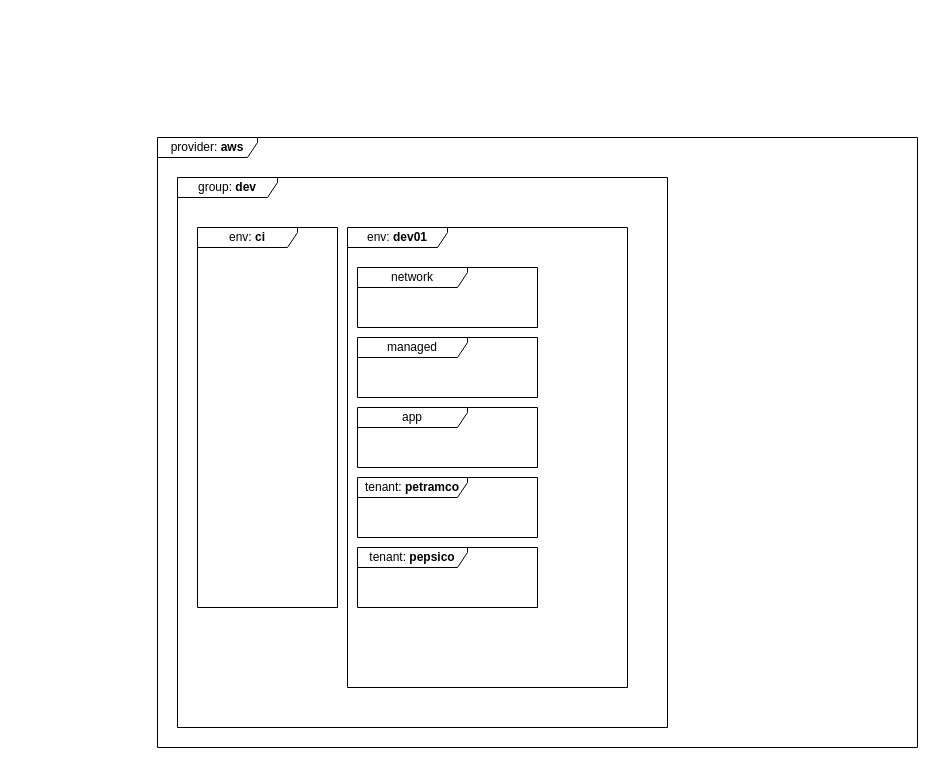
The draw.io diagram layers.drawio in project-talan/tln-clouds, before the edit. Source tidied: cells renumbered, new cells numbered last; positions are measured from the earlier drawing's top-left corner, leaving out a move shared by most shapes. Both pictures are drawn from the tidied source at 100%, with x=0, y=0 at pixel (157, 137).
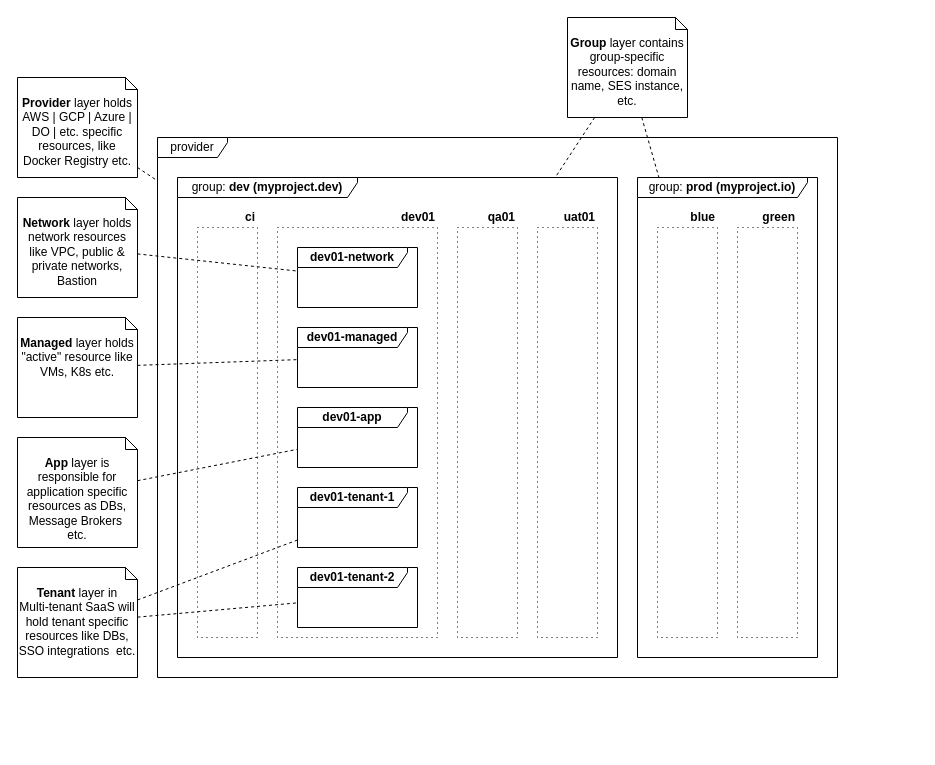
After the change.

Commit message (it also covers changes not shown here):
feat(docs): layers diagram

What changed in the source:
```diff
@@
+    <mxCell id="11" style="rounded=0;whiteSpace=wrap;html=1;fillColor=none;dashed=1;dashPattern=1 4;" parent="1" vertex="1">
+      <mxGeometry x="120" y="90" width="160" height="410" as="geometry" />
+    </mxCell>
+    <mxCell id="12" style="rounded=0;whiteSpace=wrap;html=1;fillColor=none;dashed=1;dashPattern=1 4;" parent="1" vertex="1">
+      <mxGeometry x="40" y="90" width="60" height="410" as="geometry" />
+    </mxCell>
-    <mxCell id="2" value="provider: &lt;b&gt;aws&lt;/b&gt;" style="shape=umlFrame;whiteSpace=wrap;html=1;width=100;height=20;" parent="1" vertex="1">
-      <mxGeometry width="760" height="610" as="geometry" />
+    <mxCell id="2" value="provider" style="shape=umlFrame;whiteSpace=wrap;html=1;width=70;height=20;align=center;" parent="1" vertex="1">
+      <mxGeometry width="680" height="540" as="geometry" />
     </mxCell>
-    <mxCell id="3" value="group: &lt;b&gt;dev&lt;/b&gt;" style="shape=umlFrame;whiteSpace=wrap;html=1;width=100;height=20;" parent="1" vertex="1">
-      <mxGeometry x="20" y="40" width="490" height="550" as="geometry" />
+    <mxCell id="3" value="group: &lt;b&gt;dev (myproject.dev)&lt;/b&gt;" style="shape=umlFrame;whiteSpace=wrap;html=1;width=180;height=20;" parent="1" vertex="1">
+      <mxGeometry x="20" y="40" width="440" height="480" as="geometry" />
     </mxCell>
-    <mxCell id="4" value="env: &lt;b&gt;ci&lt;/b&gt;" style="shape=umlFrame;whiteSpace=wrap;html=1;width=100;height=20;" parent="1" vertex="1">
-      <mxGeometry x="40" y="90" width="140" height="380" as="geometry" />
-    </mxCell>
-    <mxCell id="5" value="env: &lt;b&gt;dev01&lt;/b&gt;" style="shape=umlFrame;whiteSpace=wrap;html=1;width=100;height=20;" parent="1" vertex="1">
-      <mxGeometry x="190" y="90" width="280" height="460" as="geometry" />
-    </mxCell>
-    <mxCell id="6" value="network" style="shape=umlFrame;whiteSpace=wrap;html=1;width=110;height=20;" parent="1" vertex="1">
-      <mxGeometry x="200" y="130" width="180" height="60" as="geometry" />
+    <mxCell id="6" value="&lt;b&gt;dev01-network&lt;/b&gt;" style="shape=umlFrame;whiteSpace=wrap;html=1;width=110;height=20;" parent="1" vertex="1">
+      <mxGeometry x="140" y="110" width="120" height="60" as="geometry" />
     </mxCell>
-    <mxCell id="7" value="managed" style="shape=umlFrame;whiteSpace=wrap;html=1;width=110;height=20;" parent="1" vertex="1">
-      <mxGeometry x="200" y="200" width="180" height="60" as="geometry" />
+    <mxCell id="7" value="&lt;b&gt;dev01-managed&lt;/b&gt;" style="shape=umlFrame;whiteSpace=wrap;html=1;width=110;height=20;" parent="1" vertex="1">
+      <mxGeometry x="140" y="190" width="120" height="60" as="geometry" />
     </mxCell>
-    <mxCell id="8" value="app" style="shape=umlFrame;whiteSpace=wrap;html=1;width=110;height=20;" parent="1" vertex="1">
-      <mxGeometry x="200" y="270" width="180" height="60" as="geometry" />
+    <mxCell id="8" value="&lt;b&gt;dev01-app&lt;/b&gt;" style="shape=umlFrame;whiteSpace=wrap;html=1;width=110;height=20;" parent="1" vertex="1">
+      <mxGeometry x="140" y="270" width="120" height="60" as="geometry" />
     </mxCell>
-    <mxCell id="9" value="tenant: &lt;b&gt;petramco&lt;/b&gt;" style="shape=umlFrame;whiteSpace=wrap;html=1;width=110;height=20;" parent="1" vertex="1">
-      <mxGeometry x="200" y="340" width="180" height="60" as="geometry" />
+    <mxCell id="9" value="&lt;b&gt;dev01-tenant-2&lt;/b&gt;" style="shape=umlFrame;whiteSpace=wrap;html=1;width=110;height=20;" parent="1" vertex="1">
+      <mxGeometry x="140" y="430" width="120" height="60" as="geometry" />
     </mxCell>
-    <mxCell id="10" value="tenant: &lt;b&gt;pepsico&lt;/b&gt;" style="shape=umlFrame;whiteSpace=wrap;html=1;width=110;height=20;" parent="1" vertex="1">
-      <mxGeometry x="200" y="410" width="180" height="60" as="geometry" />
-    </mxCell>
+    <mxCell id="13" value="group: &lt;b&gt;prod (myproject.io)&lt;/b&gt;" style="shape=umlFrame;whiteSpace=wrap;html=1;width=170;height=20;" parent="1" vertex="1">
+      <mxGeometry x="480" y="40" width="180" height="480" as="geometry" />
+    </mxCell>
+    <mxCell id="14" value="&lt;b&gt;Provider&lt;/b&gt; layer holds AWS | GCP | Azure | DO | etc. specific resources, like Docker Registry etc." style="shape=note2;boundedLbl=1;whiteSpace=wrap;html=1;size=12;verticalAlign=top;align=center;" parent="1" vertex="1">
+      <mxGeometry x="-140" y="-60" width="120" height="100" as="geometry" />
+    </mxCell>
+    <mxCell id="15" style="endArrow=none;dashed=1;html=1;rounded=0;" parent="1" edge="1" source="14" target="2">
+      <mxGeometry relative="1" as="geometry" />
+    </mxCell>
+    <mxCell id="16" value="&lt;b&gt;Group&lt;/b&gt; layer contains group-specific resources: domain name, SES instance, etc." style="shape=note2;boundedLbl=1;whiteSpace=wrap;html=1;size=12;verticalAlign=top;align=center;" parent="1" vertex="1">
+      <mxGeometry x="410" y="-120" width="120" height="100" as="geometry" />
+    </mxCell>
+    <mxCell id="17" style="endArrow=none;dashed=1;html=1;rounded=0;" parent="1" edge="1" source="16" target="3">
+      <mxGeometry relative="1" as="geometry" />
+    </mxCell>
+    <mxCell id="18" style="endArrow=none;dashed=1;html=1;rounded=0;" parent="1" edge="1" source="16" target="13">
+      <mxGeometry relative="1" as="geometry" />
+    </mxCell>
+    <mxCell id="19" value="&lt;b&gt;ci&lt;/b&gt;" style="text;html=1;strokeColor=none;fillColor=none;align=right;verticalAlign=middle;whiteSpace=wrap;rounded=0;" parent="1" vertex="1">
+      <mxGeometry x="60" y="70" width="40" height="20" as="geometry" />
+    </mxCell>
+    <mxCell id="20" value="&lt;b&gt;dev01&lt;/b&gt;" style="text;html=1;strokeColor=none;fillColor=none;align=right;verticalAlign=middle;whiteSpace=wrap;rounded=0;" parent="1" vertex="1">
+      <mxGeometry x="240" y="70" width="40" height="20" as="geometry" />
+    </mxCell>
+    <mxCell id="21" style="rounded=0;whiteSpace=wrap;html=1;fillColor=none;dashed=1;dashPattern=1 4;" parent="1" vertex="1">
+      <mxGeometry x="300" y="90" width="60" height="410" as="geometry" />
+    </mxCell>
+    <mxCell id="22" style="rounded=0;whiteSpace=wrap;html=1;fillColor=none;dashed=1;dashPattern=1 4;" parent="1" vertex="1">
+      <mxGeometry x="380" y="90" width="60" height="410" as="geometry" />
+    </mxCell>
+    <mxCell id="23" value="&lt;b&gt;qa01&lt;/b&gt;" style="text;html=1;strokeColor=none;fillColor=none;align=right;verticalAlign=middle;whiteSpace=wrap;rounded=0;" parent="1" vertex="1">
+      <mxGeometry x="320" y="70" width="40" height="20" as="geometry" />
+    </mxCell>
+    <mxCell id="24" value="&lt;b&gt;uat01&lt;/b&gt;" style="text;html=1;strokeColor=none;fillColor=none;align=right;verticalAlign=middle;whiteSpace=wrap;rounded=0;" parent="1" vertex="1">
+      <mxGeometry x="400" y="70" width="40" height="20" as="geometry" />
+    </mxCell>
+    <mxCell id="25" value="&lt;b&gt;dev01-tenant-1&lt;/b&gt;" style="shape=umlFrame;whiteSpace=wrap;html=1;width=110;height=20;" parent="1" vertex="1">
+      <mxGeometry x="140" y="350" width="120" height="60" as="geometry" />
+    </mxCell>
+    <mxCell id="26" style="rounded=0;whiteSpace=wrap;html=1;fillColor=none;dashed=1;dashPattern=1 4;" parent="1" vertex="1">
+      <mxGeometry x="500" y="90" width="60" height="410" as="geometry" />
+    </mxCell>
+    <mxCell id="27" value="&lt;b&gt;blue&lt;/b&gt;" style="text;html=1;strokeColor=none;fillColor=none;align=right;verticalAlign=middle;whiteSpace=wrap;rounded=0;" parent="1" vertex="1">
+      <mxGeometry x="520" y="70" width="40" height="20" as="geometry" />
+    </mxCell>
+    <mxCell id="28" style="rounded=0;whiteSpace=wrap;html=1;fillColor=none;dashed=1;dashPattern=1 4;" parent="1" vertex="1">
+      <mxGeometry x="580" y="90" width="60" height="410" as="geometry" />
+    </mxCell>
+    <mxCell id="29" value="&lt;b&gt;green&lt;/b&gt;" style="text;html=1;strokeColor=none;fillColor=none;align=right;verticalAlign=middle;whiteSpace=wrap;rounded=0;" parent="1" vertex="1">
+      <mxGeometry x="600" y="70" width="40" height="20" as="geometry" />
+    </mxCell>
+    <mxCell id="30" value="&lt;b&gt;Network&lt;/b&gt;&amp;nbsp;layer holds network resources like VPC, public &amp;amp; private networks, Bastion" style="shape=note2;boundedLbl=1;whiteSpace=wrap;html=1;size=12;verticalAlign=top;align=center;" parent="1" vertex="1">
+      <mxGeometry x="-140" y="60" width="120" height="100" as="geometry" />
+    </mxCell>
+    <mxCell id="31" style="endArrow=none;dashed=1;html=1;rounded=0;" parent="1" edge="1" source="30" target="6">
+      <mxGeometry relative="1" as="geometry" />
+    </mxCell>
+    <mxCell id="32" value="&lt;b&gt;Managed&lt;/b&gt;&amp;nbsp;layer holds &quot;active&quot; resource like VMs, K8s etc." style="shape=note2;boundedLbl=1;whiteSpace=wrap;html=1;size=12;verticalAlign=top;align=center;" parent="1" vertex="1">
+      <mxGeometry x="-140" y="180" width="120" height="100" as="geometry" />
+    </mxCell>
+    <mxCell id="33" style="endArrow=none;dashed=1;html=1;rounded=0;" parent="1" edge="1" source="32" target="7">
+      <mxGeometry relative="1" as="geometry" />
+    </mxCell>
+    <mxCell id="34" value="&lt;b&gt;App&lt;/b&gt;&amp;nbsp;layer is responsible for application specific resources as DBs, Message Brokers&amp;nbsp; etc." style="shape=note2;boundedLbl=1;whiteSpace=wrap;html=1;size=12;verticalAlign=top;align=center;" parent="1" vertex="1">
+      <mxGeometry x="-140" y="300" width="120" height="110" as="geometry" />
+    </mxCell>
+    <mxCell id="35" value="&lt;b&gt;Tenant&lt;/b&gt;&amp;nbsp;layer in&lt;br&gt;Multi-tenant SaaS will hold tenant specific resources like DBs, SSO integrations&amp;nbsp; etc." style="shape=note2;boundedLbl=1;whiteSpace=wrap;html=1;size=12;verticalAlign=top;align=center;" parent="1" vertex="1">
+      <mxGeometry x="-140" y="430" width="120" height="110" as="geometry" />
+    </mxCell>
+    <mxCell id="36" style="endArrow=none;dashed=1;html=1;rounded=0;" parent="1" edge="1" source="34" target="8">
+      <mxGeometry relative="1" as="geometry" />
+    </mxCell>
+    <mxCell id="37" style="endArrow=none;dashed=1;html=1;rounded=0;" parent="1" edge="1" source="35" target="25">
+      <mxGeometry relative="1" as="geometry" />
+    </mxCell>
+    <mxCell id="38" style="endArrow=none;dashed=1;html=1;rounded=0;" parent="1" edge="1" source="35" target="9">
+      <mxGeometry relative="1" as="geometry" />
+    </mxCell>
```
